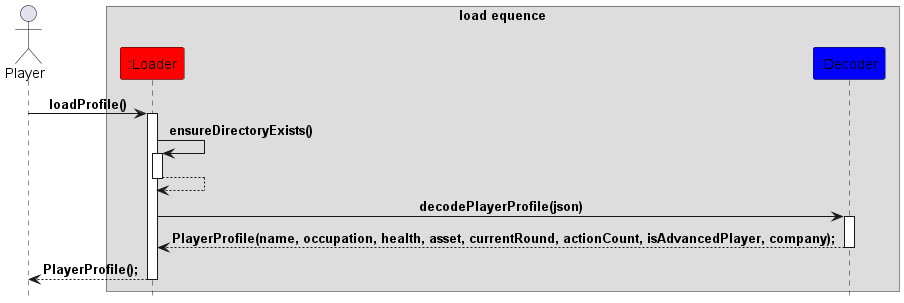
StargazerX0/tp keeps this PlantUML diagram as docs/UML diagram/Load.png. Above is the earlier version.
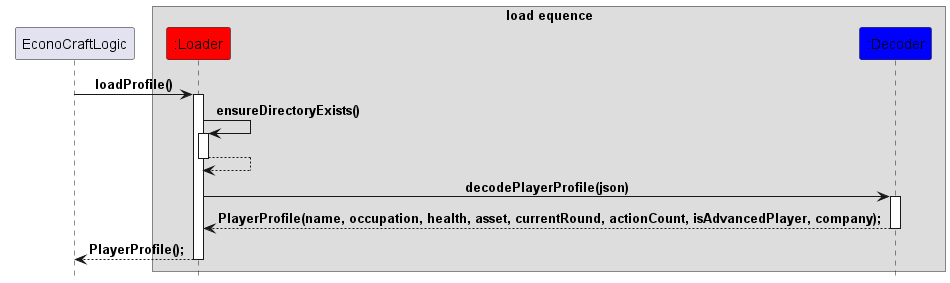
The same diagram one commit later.

Diff of the diagram source:
```diff
@@ -1,13 +1,13 @@
 @startuml
 !include Style.puml
 
-Actor "Player" as player
+participant "EconoCraftLogic" as econocraftlogic
 box "load equence"
 participant ":Loader" as loader #Red
 participant ":Decoder" as decoder #Blue
 end box
 
-player -> loader : loadProfile()
+econocraftlogic -> loader : loadProfile()
 activate loader
 
 loader -> loader : ensureDirectoryExists()
```
